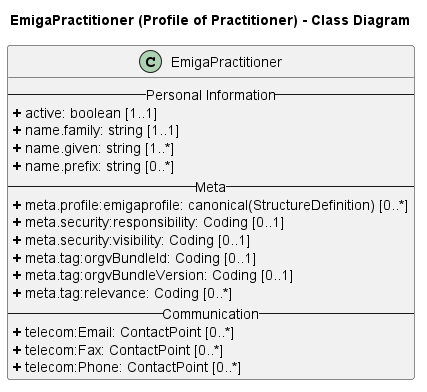
Before: rki.emiga.vzd/guides/implementationguides.vzd/PlantUML/PNGs/Practitioner.png, a diagram exported from PlantUML (robert-koch-institut/rki.emiga.vzd).
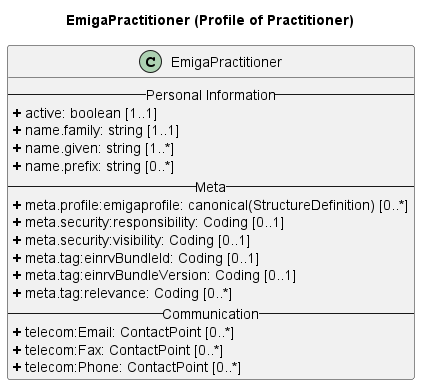
The same diagram one commit later.

Change to the diagram source:
```diff
@@ -1,7 +1,7 @@
 @startuml
 skinparam linetype ortho
 
-title EmigaPractitioner (Profile of Practitioner) - Class Diagram
+title EmigaPractitioner (Profile of Practitioner)
 
 class EmigaPractitioner{
 -- Personal Information --
@@ -13,12 +13,13 @@
 <b>+</b> meta.profile:emigaprofile: canonical(StructureDefinition) [0..*]
 <b>+</b> meta.security:responsibility: Coding [0..1]
 <b>+</b> meta.security:visibility: Coding [0..1]
-<b>+</b> meta.tag:orgvBundleId: Coding [0..1]
-<b>+</b> meta.tag:orgvBundleVersion: Coding [0..1]
+<b>+</b> meta.tag:einrvBundleId: Coding [0..1]
+<b>+</b> meta.tag:einrvBundleVersion: Coding [0..1]
 <b>+</b> meta.tag:relevance: Coding [0..*]
 -- Communication --
 <b>+</b> telecom:Email: ContactPoint [0..*]
 <b>+</b> telecom:Fax: ContactPoint [0..*]
 <b>+</b> telecom:Phone: ContactPoint [0..*]
 }
+
 @enduml
```
